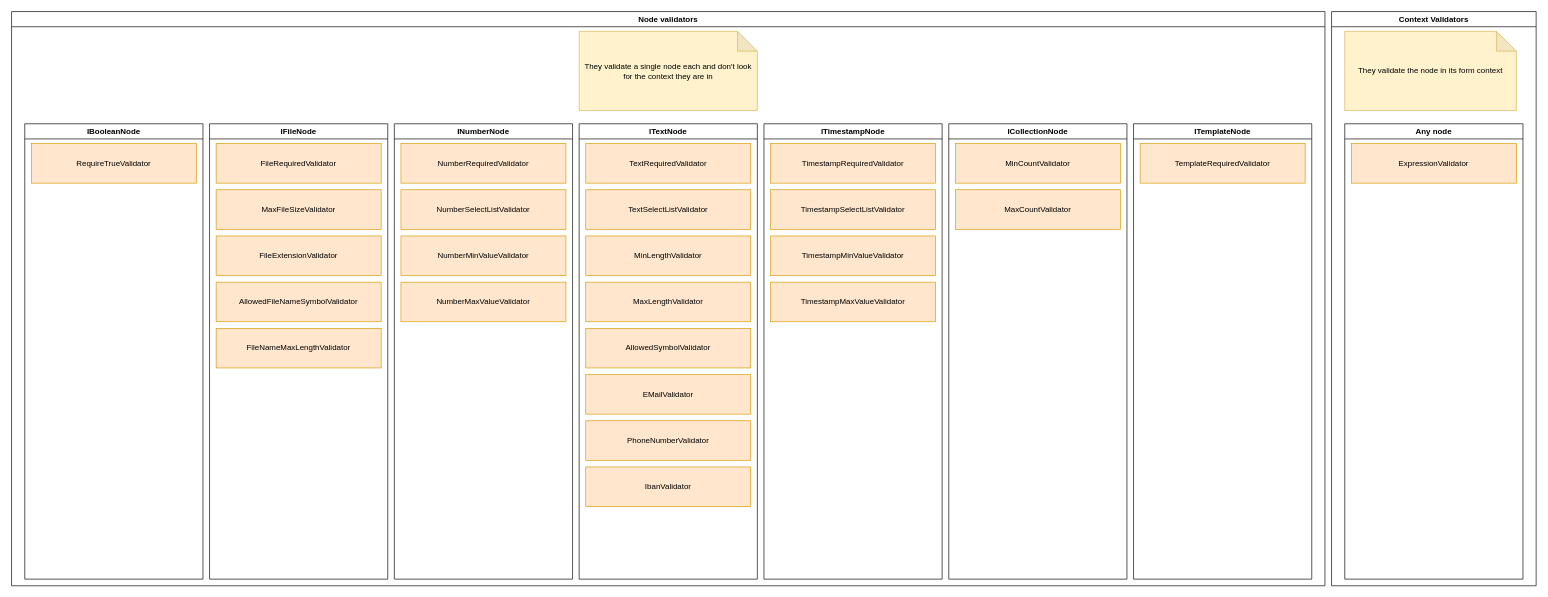
RGXStorm281/common keeps this draw.io diagram as doc/forms-concept/validators.drawio. Above is the earlier version. Source tidied: cells renumbered, new cells numbered last; positions are measured from the earlier drawing's top-left corner, leaving out a move shared by most shapes. Both pictures are drawn from the tidied source at 66%, with x=0, y=0 at pixel (11, 11).
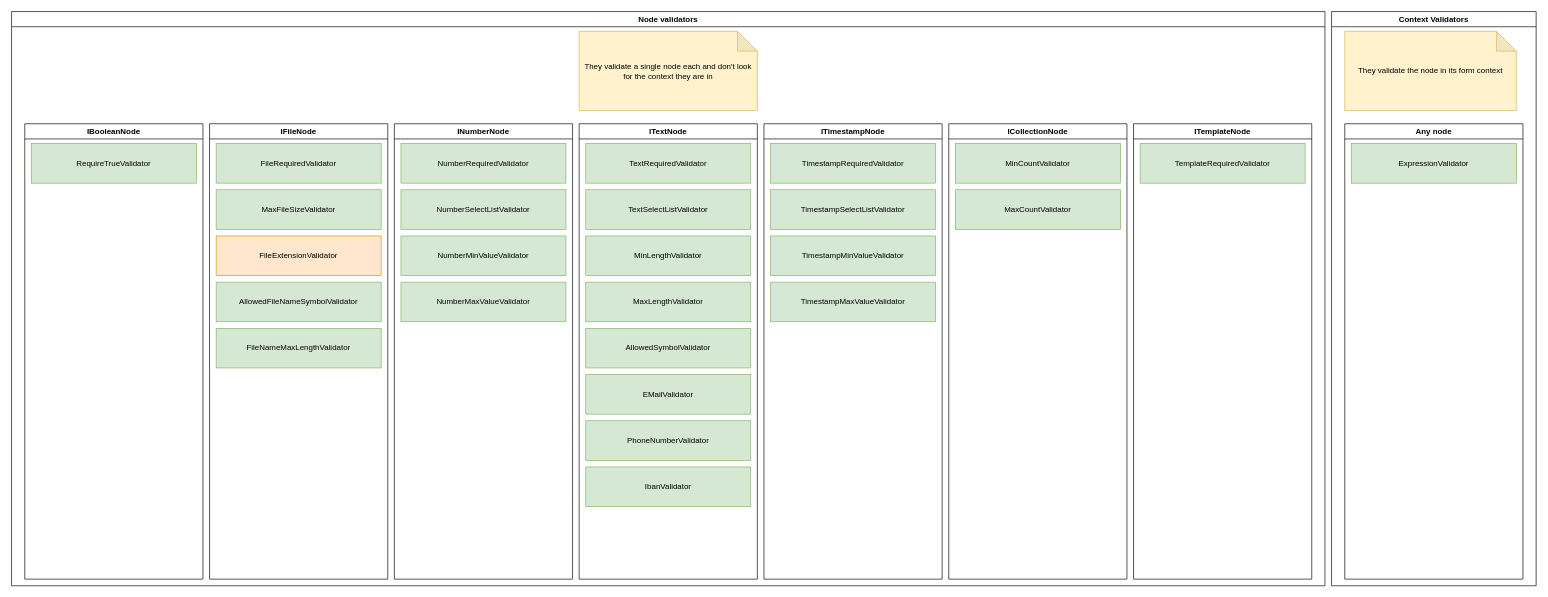
Above is the later version.

Commit message:
Marked most validators as implemented

Unchanged cells that the change refers to:
```xml
<mxCell id="4" value="IBooleanNode" style="swimlane;whiteSpace=wrap;html=1;" parent="2" vertex="1">
  <mxGeometry x="20" y="170" width="270" height="690" as="geometry" />
</mxCell>
<mxCell id="6" value="IFileNode" style="swimlane;whiteSpace=wrap;html=1;" parent="2" vertex="1">
  <mxGeometry x="300" y="170" width="270" height="690" as="geometry" />
</mxCell>
<mxCell id="12" value="INumberNode" style="swimlane;whiteSpace=wrap;html=1;" parent="2" vertex="1">
  <mxGeometry x="580" y="170" width="270" height="690" as="geometry" />
</mxCell>
<mxCell id="17" value="ITextNode" style="swimlane;whiteSpace=wrap;html=1;" parent="2" vertex="1">
  <mxGeometry x="860" y="170" width="270" height="690" as="geometry" />
</mxCell>
<mxCell id="26" value="ITimestampNode" style="swimlane;whiteSpace=wrap;html=1;" parent="2" vertex="1">
  <mxGeometry x="1140" y="170" width="270" height="690" as="geometry" />
</mxCell>
<mxCell id="31" value="ICollectionNode" style="swimlane;whiteSpace=wrap;html=1;" parent="2" vertex="1">
  <mxGeometry x="1420" y="170" width="270" height="690" as="geometry" />
</mxCell>
<mxCell id="34" value="ITemplateNode" style="swimlane;whiteSpace=wrap;html=1;" parent="2" vertex="1">
  <mxGeometry x="1700" y="170" width="270" height="690" as="geometry" />
</mxCell>
<mxCell id="38" value="Any node" style="swimlane;whiteSpace=wrap;html=1;" parent="36" vertex="1">
  <mxGeometry x="20" y="170" width="270" height="690" as="geometry" />
</mxCell>
```

Diff of the diagram source:
```diff
@@
-    <mxCell id="5" value="RequireTrueValidator" style="rounded=0;whiteSpace=wrap;html=1;fillColor=#ffe6cc;strokeColor=#d79b00;" parent="4" vertex="1">
+    <mxCell id="5" value="RequireTrueValidator" style="rounded=0;whiteSpace=wrap;html=1;fillColor=#d5e8d4;strokeColor=#82b366;" parent="4" vertex="1">
       <mxGeometry x="10" y="30" width="250" height="60" as="geometry" />
     </mxCell>
@@
-    <mxCell id="7" value="FileRequiredValidator" style="rounded=0;whiteSpace=wrap;html=1;fillColor=#ffe6cc;strokeColor=#d79b00;" parent="6" vertex="1">
+    <mxCell id="7" value="FileRequiredValidator" style="rounded=0;whiteSpace=wrap;html=1;fillColor=#d5e8d4;strokeColor=#82b366;" parent="6" vertex="1">
       <mxGeometry x="10" y="30" width="250" height="60" as="geometry" />
     </mxCell>
-    <mxCell id="8" value="MaxFileSizeValidator" style="rounded=0;whiteSpace=wrap;html=1;fillColor=#ffe6cc;strokeColor=#d79b00;" parent="6" vertex="1">
+    <mxCell id="8" value="MaxFileSizeValidator" style="rounded=0;whiteSpace=wrap;html=1;fillColor=#d5e8d4;strokeColor=#82b366;" parent="6" vertex="1">
       <mxGeometry x="10" y="100" width="250" height="60" as="geometry" />
     </mxCell>
-    <mxCell id="9" value="AllowedFileNameSymbolValidator" style="rounded=0;whiteSpace=wrap;html=1;fillColor=#ffe6cc;strokeColor=#d79b00;" parent="6" vertex="1">
+    <mxCell id="9" value="AllowedFileNameSymbolValidator" style="rounded=0;whiteSpace=wrap;html=1;fillColor=#d5e8d4;strokeColor=#82b366;" parent="6" vertex="1">
       <mxGeometry x="10" y="240" width="250" height="60" as="geometry" />
     </mxCell>
@@
-    <mxCell id="11" value="FileNameMaxLengthValidator" style="rounded=0;whiteSpace=wrap;html=1;fillColor=#ffe6cc;strokeColor=#d79b00;" parent="6" vertex="1">
+    <mxCell id="11" value="FileNameMaxLengthValidator" style="rounded=0;whiteSpace=wrap;html=1;fillColor=#d5e8d4;strokeColor=#82b366;" parent="6" vertex="1">
       <mxGeometry x="10" y="310" width="250" height="60" as="geometry" />
     </mxCell>
@@
-    <mxCell id="13" value="Number&lt;span style=&quot;background-color: transparent; color: light-dark(rgb(0, 0, 0), rgb(255, 255, 255));&quot;&gt;MinValueValidator&lt;/span&gt;" style="rounded=0;whiteSpace=wrap;html=1;fillColor=#ffe6cc;strokeColor=#d79b00;" parent="12" vertex="1">
+    <mxCell id="13" value="Number&lt;span style=&quot;background-color: transparent; color: light-dark(rgb(0, 0, 0), rgb(255, 255, 255));&quot;&gt;MinValueValidator&lt;/span&gt;" style="rounded=0;whiteSpace=wrap;html=1;fillColor=#d5e8d4;strokeColor=#82b366;" parent="12" vertex="1">
       <mxGeometry x="10" y="170" width="250" height="60" as="geometry" />
     </mxCell>
-    <mxCell id="14" value="NumberMaxValueValidator" style="rounded=0;whiteSpace=wrap;html=1;fillColor=#ffe6cc;strokeColor=#d79b00;" parent="12" vertex="1">
+    <mxCell id="14" value="NumberMaxValueValidator" style="rounded=0;whiteSpace=wrap;html=1;fillColor=#d5e8d4;strokeColor=#82b366;" parent="12" vertex="1">
       <mxGeometry x="10" y="240" width="250" height="60" as="geometry" />
     </mxCell>
-    <mxCell id="15" value="NumberRequiredValidator" style="rounded=0;whiteSpace=wrap;html=1;fillColor=#ffe6cc;strokeColor=#d79b00;" parent="12" vertex="1">
+    <mxCell id="15" value="NumberRequiredValidator" style="rounded=0;whiteSpace=wrap;html=1;fillColor=#d5e8d4;strokeColor=#82b366;" parent="12" vertex="1">
       <mxGeometry x="10" y="30" width="250" height="60" as="geometry" />
     </mxCell>
-    <mxCell id="16" value="Number&lt;span style=&quot;background-color: transparent; color: light-dark(rgb(0, 0, 0), rgb(255, 255, 255));&quot;&gt;SelectListValidator&lt;/span&gt;" style="rounded=0;whiteSpace=wrap;html=1;fillColor=#ffe6cc;strokeColor=#d79b00;" parent="12" vertex="1">
+    <mxCell id="16" value="Number&lt;span style=&quot;background-color: transparent; color: light-dark(rgb(0, 0, 0), rgb(255, 255, 255));&quot;&gt;SelectListValidator&lt;/span&gt;" style="rounded=0;whiteSpace=wrap;html=1;fillColor=#d5e8d4;strokeColor=#82b366;" parent="12" vertex="1">
       <mxGeometry x="10" y="100" width="250" height="60" as="geometry" />
     </mxCell>
@@
-    <mxCell id="18" value="TextRequiredValidator" style="rounded=0;whiteSpace=wrap;html=1;fillColor=#ffe6cc;strokeColor=#d79b00;" parent="17" vertex="1">
+    <mxCell id="18" value="TextRequiredValidator" style="rounded=0;whiteSpace=wrap;html=1;fillColor=#d5e8d4;strokeColor=#82b366;" parent="17" vertex="1">
       <mxGeometry x="10" y="30" width="250" height="60" as="geometry" />
     </mxCell>
-    <mxCell id="19" value="MinLengthValidator" style="rounded=0;whiteSpace=wrap;html=1;fillColor=#ffe6cc;strokeColor=#d79b00;" parent="17" vertex="1">
+    <mxCell id="19" value="MinLengthValidator" style="rounded=0;whiteSpace=wrap;html=1;fillColor=#d5e8d4;strokeColor=#82b366;" parent="17" vertex="1">
       <mxGeometry x="10" y="170" width="250" height="60" as="geometry" />
     </mxCell>
-    <mxCell id="20" value="MaxLengthValidator" style="rounded=0;whiteSpace=wrap;html=1;fillColor=#ffe6cc;strokeColor=#d79b00;" parent="17" vertex="1">
+    <mxCell id="20" value="MaxLengthValidator" style="rounded=0;whiteSpace=wrap;html=1;fillColor=#d5e8d4;strokeColor=#82b366;" parent="17" vertex="1">
       <mxGeometry x="10" y="240" width="250" height="60" as="geometry" />
     </mxCell>
-    <mxCell id="21" value="AllowedSymbolValidator" style="rounded=0;whiteSpace=wrap;html=1;fillColor=#ffe6cc;strokeColor=#d79b00;" parent="17" vertex="1">
+    <mxCell id="21" value="AllowedSymbolValidator" style="rounded=0;whiteSpace=wrap;html=1;fillColor=#d5e8d4;strokeColor=#82b366;" parent="17" vertex="1">
       <mxGeometry x="10" y="310" width="250" height="60" as="geometry" />
     </mxCell>
-    <mxCell id="22" value="EMailValidator" style="rounded=0;whiteSpace=wrap;html=1;fillColor=#ffe6cc;strokeColor=#d79b00;" parent="17" vertex="1">
+    <mxCell id="22" value="EMailValidator" style="rounded=0;whiteSpace=wrap;html=1;fillColor=#d5e8d4;strokeColor=#82b366;" parent="17" vertex="1">
       <mxGeometry x="10" y="380" width="250" height="60" as="geometry" />
     </mxCell>
-    <mxCell id="23" value="PhoneNumberValidator" style="rounded=0;whiteSpace=wrap;html=1;fillColor=#ffe6cc;strokeColor=#d79b00;" parent="17" vertex="1">
+    <mxCell id="23" value="PhoneNumberValidator" style="rounded=0;whiteSpace=wrap;html=1;fillColor=#d5e8d4;strokeColor=#82b366;" parent="17" vertex="1">
       <mxGeometry x="10" y="450" width="250" height="60" as="geometry" />
     </mxCell>
-    <mxCell id="24" value="IbanValidator" style="rounded=0;whiteSpace=wrap;html=1;fillColor=#ffe6cc;strokeColor=#d79b00;" parent="17" vertex="1">
+    <mxCell id="24" value="IbanValidator" style="rounded=0;whiteSpace=wrap;html=1;fillColor=#d5e8d4;strokeColor=#82b366;" parent="17" vertex="1">
       <mxGeometry x="10" y="520" width="250" height="60" as="geometry" />
     </mxCell>
-    <mxCell id="25" value="Text&lt;span style=&quot;background-color: transparent; color: light-dark(rgb(0, 0, 0), rgb(255, 255, 255));&quot;&gt;SelectListValidator&lt;/span&gt;" style="rounded=0;whiteSpace=wrap;html=1;fillColor=#ffe6cc;strokeColor=#d79b00;" parent="17" vertex="1">
+    <mxCell id="25" value="Text&lt;span style=&quot;background-color: transparent; color: light-dark(rgb(0, 0, 0), rgb(255, 255, 255));&quot;&gt;SelectListValidator&lt;/span&gt;" style="rounded=0;whiteSpace=wrap;html=1;fillColor=#d5e8d4;strokeColor=#82b366;" parent="17" vertex="1">
       <mxGeometry x="10" y="100" width="250" height="60" as="geometry" />
     </mxCell>
@@
-    <mxCell id="27" value="TimestampRequiredValidator" style="rounded=0;whiteSpace=wrap;html=1;fillColor=#ffe6cc;strokeColor=#d79b00;" parent="26" vertex="1">
+    <mxCell id="27" value="TimestampRequiredValidator" style="rounded=0;whiteSpace=wrap;html=1;fillColor=#d5e8d4;strokeColor=#82b366;" parent="26" vertex="1">
       <mxGeometry x="10" y="30" width="250" height="60" as="geometry" />
     </mxCell>
-    <mxCell id="28" value="TimestampMinValueValidator" style="rounded=0;whiteSpace=wrap;html=1;fillColor=#ffe6cc;strokeColor=#d79b00;" parent="26" vertex="1">
+    <mxCell id="28" value="TimestampMinValueValidator" style="rounded=0;whiteSpace=wrap;html=1;fillColor=#d5e8d4;strokeColor=#82b366;" parent="26" vertex="1">
       <mxGeometry x="10" y="170" width="250" height="60" as="geometry" />
     </mxCell>
-    <mxCell id="29" value="TimestampMaxValueValidator" style="rounded=0;whiteSpace=wrap;html=1;fillColor=#ffe6cc;strokeColor=#d79b00;" parent="26" vertex="1">
+    <mxCell id="29" value="TimestampMaxValueValidator" style="rounded=0;whiteSpace=wrap;html=1;fillColor=#d5e8d4;strokeColor=#82b366;" parent="26" vertex="1">
       <mxGeometry x="10" y="240" width="250" height="60" as="geometry" />
     </mxCell>
-    <mxCell id="30" value="TimestampSelectListValidator" style="rounded=0;whiteSpace=wrap;html=1;fillColor=#ffe6cc;strokeColor=#d79b00;" parent="26" vertex="1">
+    <mxCell id="30" value="TimestampSelectListValidator" style="rounded=0;whiteSpace=wrap;html=1;fillColor=#d5e8d4;strokeColor=#82b366;" parent="26" vertex="1">
       <mxGeometry x="10" y="100" width="250" height="60" as="geometry" />
     </mxCell>
@@
-    <mxCell id="32" value="MinCountValidator" style="rounded=0;whiteSpace=wrap;html=1;fillColor=#ffe6cc;strokeColor=#d79b00;" parent="31" vertex="1">
+    <mxCell id="32" value="MinCountValidator" style="rounded=0;whiteSpace=wrap;html=1;fillColor=#d5e8d4;strokeColor=#82b366;" parent="31" vertex="1">
       <mxGeometry x="10" y="30" width="250" height="60" as="geometry" />
     </mxCell>
-    <mxCell id="33" value="MaxCountValidator" style="rounded=0;whiteSpace=wrap;html=1;fillColor=#ffe6cc;strokeColor=#d79b00;" parent="31" vertex="1">
+    <mxCell id="33" value="MaxCountValidator" style="rounded=0;whiteSpace=wrap;html=1;fillColor=#d5e8d4;strokeColor=#82b366;" parent="31" vertex="1">
       <mxGeometry x="10" y="100" width="250" height="60" as="geometry" />
     </mxCell>
@@
-    <mxCell id="35" value="TemplateRequiredValidator" style="rounded=0;whiteSpace=wrap;html=1;fillColor=#ffe6cc;strokeColor=#d79b00;" parent="34" vertex="1">
+    <mxCell id="35" value="TemplateRequiredValidator" style="rounded=0;whiteSpace=wrap;html=1;fillColor=#d5e8d4;strokeColor=#82b366;" parent="34" vertex="1">
       <mxGeometry x="10" y="30" width="250" height="60" as="geometry" />
     </mxCell>
@@
-    <mxCell id="39" value="ExpressionValidator" style="rounded=0;whiteSpace=wrap;html=1;fillColor=#ffe6cc;strokeColor=#d79b00;" parent="38" vertex="1">
+    <mxCell id="39" value="ExpressionValidator" style="rounded=0;whiteSpace=wrap;html=1;fillColor=#d5e8d4;strokeColor=#82b366;" parent="38" vertex="1">
       <mxGeometry x="10" y="30" width="250" height="60" as="geometry" />
     </mxCell>
```
